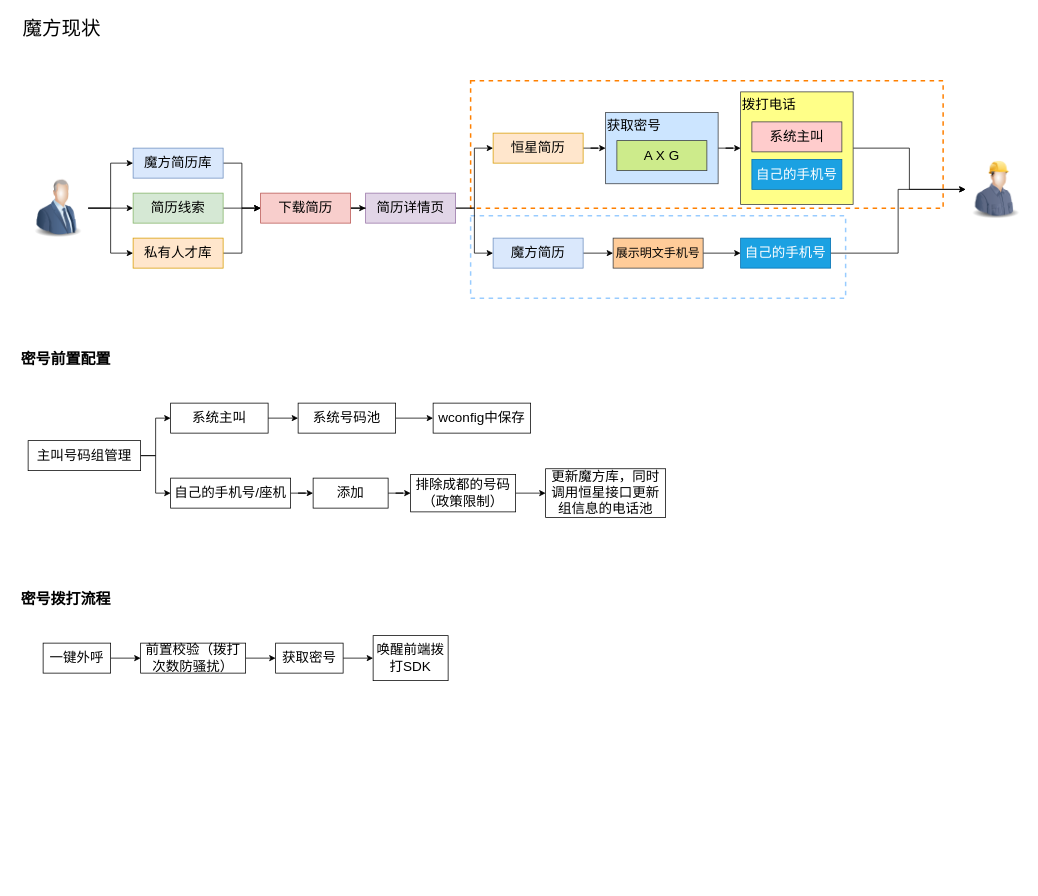
The draw.io diagram 魔方简历密号体系建设.drawio in LuOyEbY/draw-b, before the edit. Source tidied: cells renumbered, new cells numbered last; positions are measured from the earlier drawing's top-left corner, leaving out a move shared by most shapes. Both pictures are drawn from the tidied source at 75%, with x=0, y=0 at pixel (13, 13).
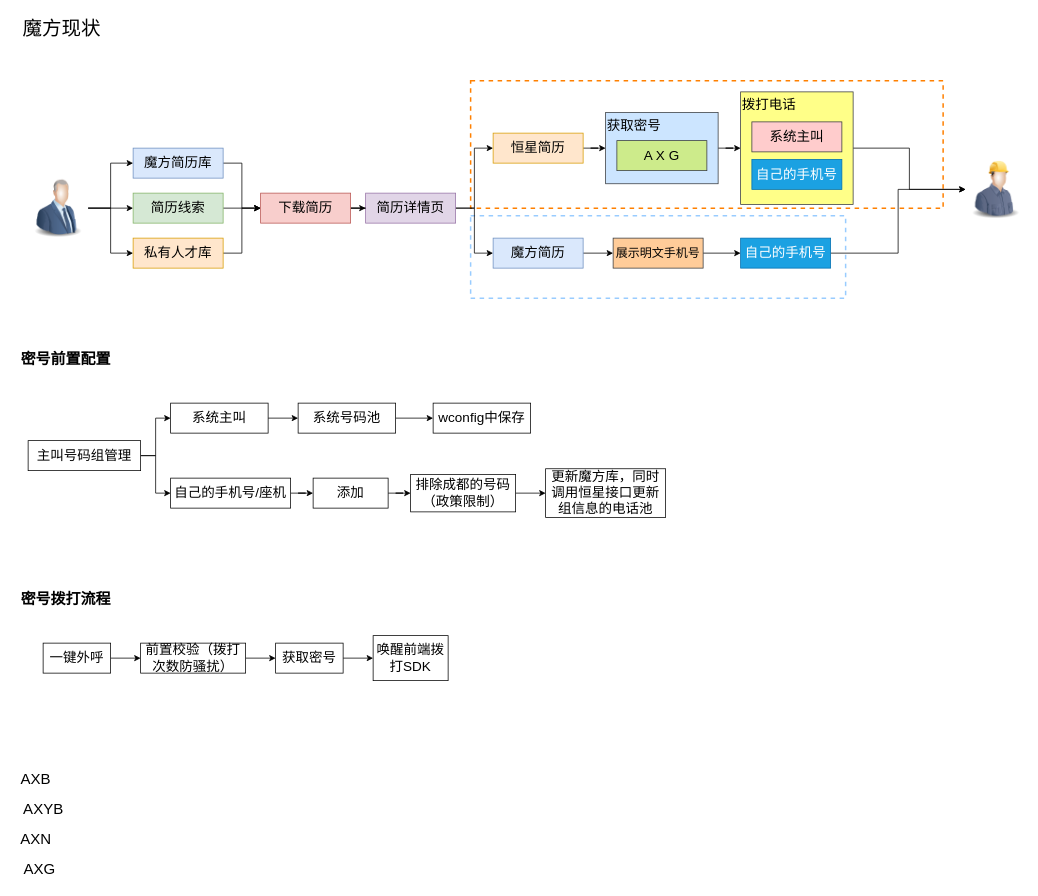
Above is the later version.

Commit message:
更新魔方简历密号体系建设.drawio

What changed in the source:
```diff
@@
+    <mxCell id="60" value="AXB" style="text;html=1;align=center;verticalAlign=middle;strokeColor=none;fillColor=none;fontSize=20;" parent="1" vertex="1">
+      <mxGeometry y="1000" width="60" height="40" as="geometry" />
+    </mxCell>
+    <mxCell id="61" value="AXYB" style="text;html=1;align=center;verticalAlign=middle;strokeColor=none;fillColor=none;fontSize=20;" parent="1" vertex="1">
+      <mxGeometry y="1040" width="80" height="40" as="geometry" />
+    </mxCell>
+    <mxCell id="62" value="AXN" style="text;html=1;align=center;verticalAlign=middle;strokeColor=none;fillColor=none;fontSize=20;" parent="1" vertex="1">
+      <mxGeometry y="1080" width="60" height="40" as="geometry" />
+    </mxCell>
+    <mxCell id="63" value="AXG" style="text;html=1;align=center;verticalAlign=middle;strokeColor=none;fillColor=none;fontSize=20;" parent="1" vertex="1">
+      <mxGeometry y="1120" width="70" height="40" as="geometry" />
+    </mxCell>
```
